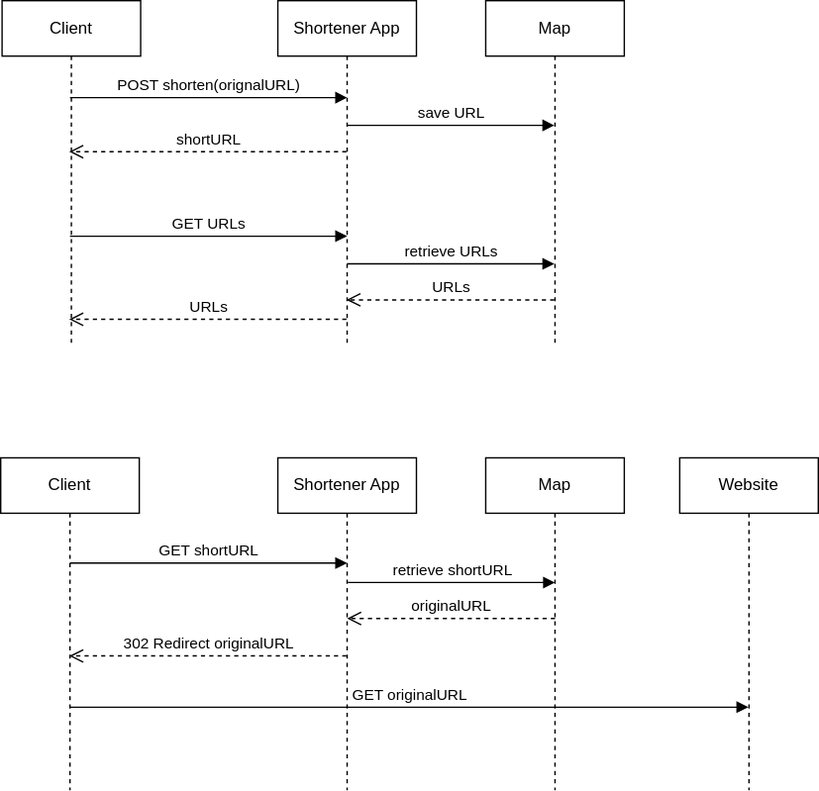
The draw.io diagram doc/figures/sequence-diagram.drawio.svg in DavidZhaw/url-shortener-fs24, before a commit. Source tidied: cells renumbered, new cells last; positions are measured from the earlier drawing's top-left corner, leaving out a move shared by most shapes.
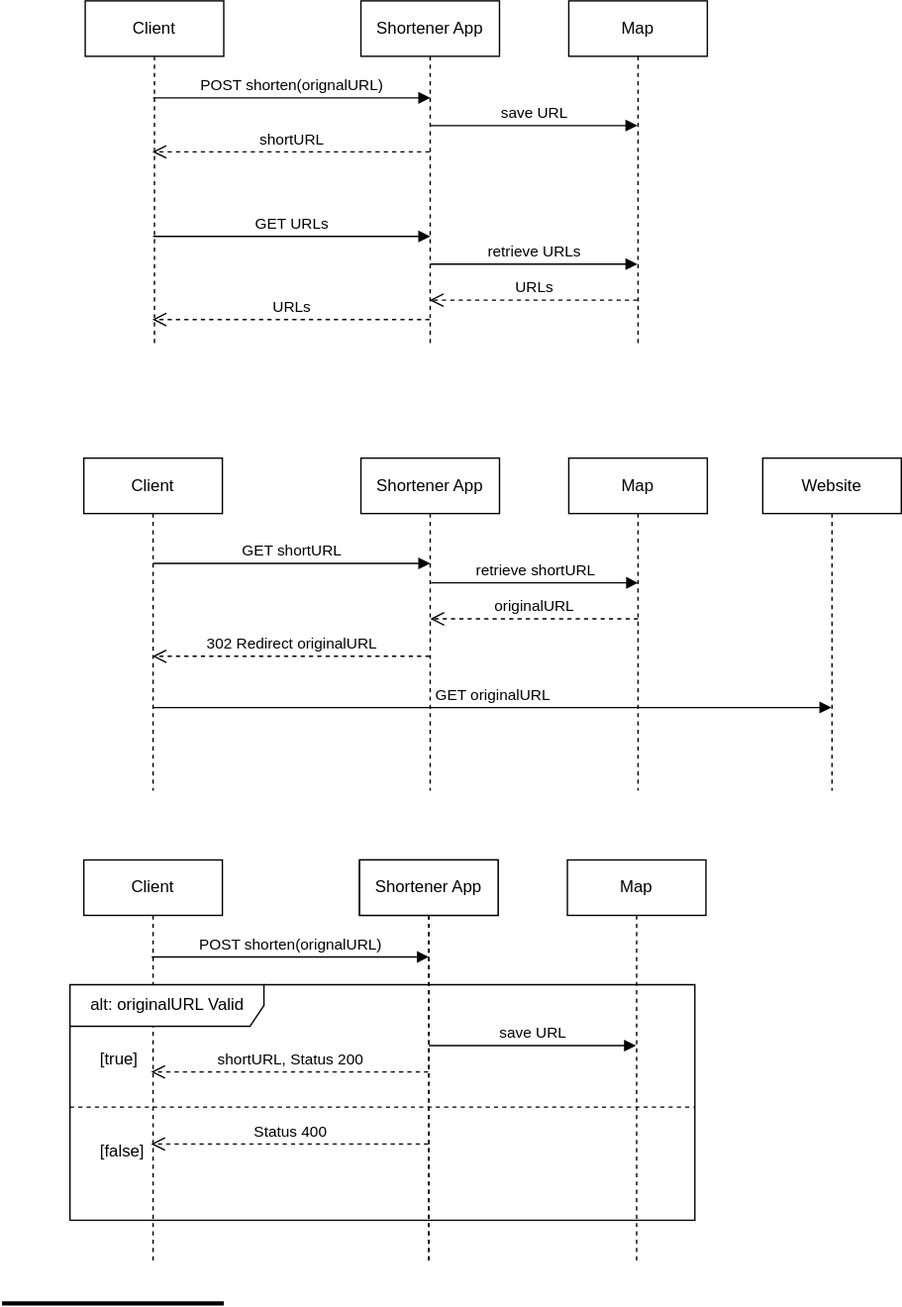
After the commit.

Commit message:
Update sequence diagram for W3

Diff of the diagram source:
```diff
@@ -92,5 +92,58 @@
     <mxCell id="20" value="Map" style="shape=umlLifeline;perimeter=lifelinePerimeter;whiteSpace=wrap;html=1;" parent="1" vertex="1">
       <mxGeometry x="350" y="330" width="100" height="240" as="geometry" />
     </mxCell>
+    <mxCell id="21" value="Client" style="shape=umlLifeline;perimeter=lifelinePerimeter;whiteSpace=wrap;html=1;" parent="1" vertex="1">
+      <mxGeometry y="620" width="100" height="290" as="geometry" />
+    </mxCell>
+    <mxCell id="22" value="Shortener App" style="shape=umlLifeline;perimeter=lifelinePerimeter;whiteSpace=wrap;html=1;" parent="1" vertex="1">
+      <mxGeometry x="199" y="620" width="100" height="290" as="geometry" />
+    </mxCell>
+    <mxCell id="23" value="save URL" style="html=1;verticalAlign=bottom;endArrow=block;" parent="22" edge="1">
+      <mxGeometry relative="1" as="geometry">
+        <mxPoint x="50" y="134" as="sourcePoint" />
+        <mxPoint x="199.5" y="134" as="targetPoint" />
+      </mxGeometry>
+    </mxCell>
+    <mxCell id="24" value="Shortener App" style="shape=umlLifeline;perimeter=lifelinePerimeter;whiteSpace=wrap;html=1;" parent="22" vertex="1">
+      <mxGeometry width="100" height="290" as="geometry" />
+    </mxCell>
+    <mxCell id="25" value="Status 400" style="html=1;verticalAlign=bottom;endArrow=open;dashed=1;endSize=8;" parent="24" edge="1">
+      <mxGeometry relative="1" as="geometry">
+        <mxPoint x="49.5" y="205" as="sourcePoint" />
+        <mxPoint x="-150.5" y="205" as="targetPoint" />
+      </mxGeometry>
+    </mxCell>
+    <mxCell id="26" value="shortURL, Status 200" style="html=1;verticalAlign=bottom;endArrow=open;dashed=1;endSize=8;" parent="1" edge="1">
+      <mxGeometry relative="1" as="geometry">
+        <mxPoint x="248.5" y="773" as="sourcePoint" />
+        <mxPoint x="48.5" y="773" as="targetPoint" />
+      </mxGeometry>
+    </mxCell>
+    <mxCell id="27" value="POST shorten(orignalURL)" style="html=1;verticalAlign=bottom;endArrow=block;" parent="1" edge="1">
+      <mxGeometry relative="1" as="geometry">
+        <mxPoint x="49" y="690" as="sourcePoint" />
+        <mxPoint x="249" y="690" as="targetPoint" />
+      </mxGeometry>
+    </mxCell>
+    <mxCell id="28" value="Map" style="shape=umlLifeline;perimeter=lifelinePerimeter;whiteSpace=wrap;html=1;" parent="1" vertex="1">
+      <mxGeometry x="349" y="620" width="100" height="290" as="geometry" />
+    </mxCell>
+    <mxCell id="29" value="alt: originalURL Valid" style="shape=umlFrame;tabWidth=110;tabHeight=30;tabPosition=left;html=1;boundedLbl=1;labelInHeader=1;width=140;height=30;" parent="1" vertex="1">
+      <mxGeometry x="-10" y="710" width="451" height="170" as="geometry" />
+    </mxCell>
+    <mxCell id="30" value="[true]" style="text;" parent="29" vertex="1">
+      <mxGeometry width="100" height="20" relative="1" as="geometry">
+        <mxPoint x="20" y="40" as="offset" />
+      </mxGeometry>
+    </mxCell>
+    <mxCell id="31" value="[false]" style="line;strokeWidth=1;dashed=1;labelPosition=center;verticalLabelPosition=bottom;align=left;verticalAlign=top;spacingLeft=20;spacingTop=15;" parent="29" vertex="1">
+      <mxGeometry y="85" width="451" height="6.8" as="geometry" />
+    </mxCell>
+    <mxCell id="32" style="endArrow=none;startArrow=none;endFill=0;startFill=0;endSize=8;html=1;verticalAlign=bottom;labelBackgroundColor=none;strokeWidth=3;" parent="1" edge="1">
+      <mxGeometry relative="1" as="geometry">
+        <mxPoint x="-59" y="940" as="sourcePoint" />
+        <mxPoint x="101" y="940" as="targetPoint" />
+      </mxGeometry>
+    </mxCell>
   </root>
 </mxGraphModel>
```
